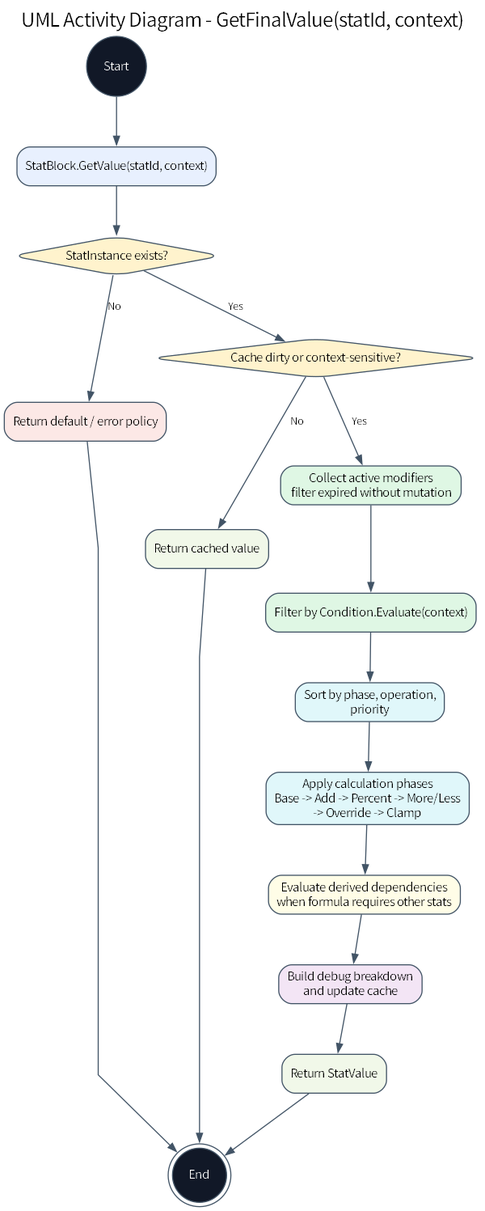
JY-LemongO/game-system-framework-knowledge-site keeps this Graphviz diagram as assets/diagrams/04_calculation_activity_diagram.png. Above is the earlier version. Its source is kept beside it as source/diagrams/04_calculation_activity_diagram.dot.
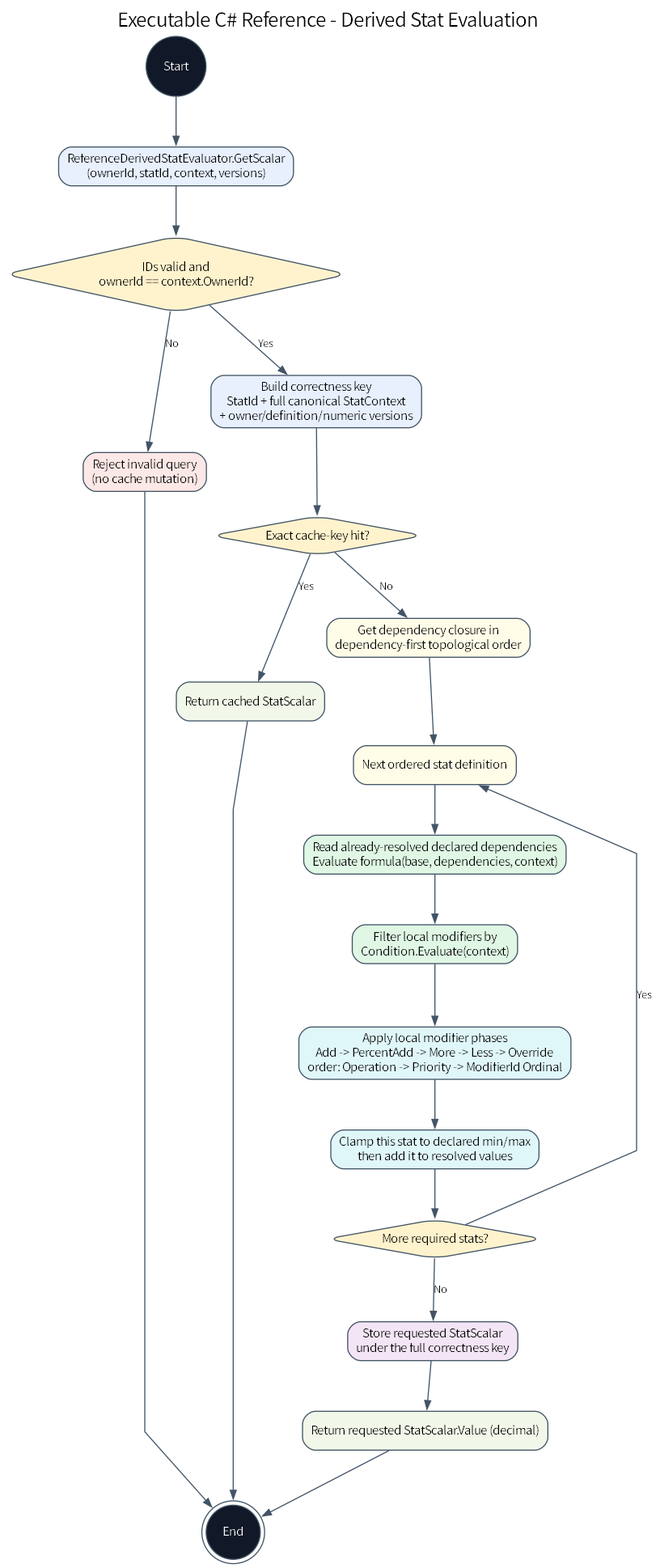
After the commit.

The edit, as a diff of the source:
```diff
@@ -1,39 +1,41 @@
 digraph ActivityDiagram {
-	graph [bgcolor=white fontname="Noto Sans KR" fontsize=18 label="UML Activity Diagram - GetFinalValue(statId, context)" labelloc=t nodesep=0.55 rankdir=TB ranksep=0.62 splines=polyline]
+	graph [bgcolor=white fontname="Noto Sans KR" fontsize=18 label="Executable C# Reference - Derived Stat Evaluation" labelloc=t nodesep=0.55 rankdir=TB ranksep=0.62 splines=polyline]
 	node [color="#425466" fontname="Noto Sans KR" fontsize=11 style="rounded,filled"]
 	edge [arrowsize=0.8 color="#425466" fontname="Noto Sans KR" fontsize=10]
 	start [label=Start fillcolor="#111827" fontcolor=white shape=circle width=0.35]
-	query [label="StatBlock.GetValue(statId, context)" fillcolor="#E8F0FE" shape=box]
-	exists [label="StatInstance exists?" fillcolor="#FFF3CD" shape=diamond]
-	default [label="Return default / error policy" fillcolor="#FCE8E6" shape=box]
-	dirty [label="Cache dirty or context-sensitive?" fillcolor="#FFF3CD" shape=diamond]
-	cache [label="Return cached value" fillcolor="#F1F8E9" shape=box]
-	collect [label="Collect active modifiers
- filter expired without mutation" fillcolor="#DFF7E4" shape=box]
-	filter [label="Filter by Condition.Evaluate(context)" fillcolor="#DFF7E4" shape=box]
-	sort [label="Sort by phase, operation,\npriority" fillcolor="#E0F7FA" shape=box]
-	apply [label="Apply calculation phases
-Base -> Add -> Percent -> More/Less
--> Override -> Clamp" fillcolor="#E0F7FA" shape=box]
-	derived [label="Evaluate derived dependencies
-when formula requires other stats" fillcolor="#FFFDE7" shape=box]
-	breakdown [label="Build debug breakdown
-and update cache" fillcolor="#F3E5F5" shape=box]
-	return [label="Return StatValue" fillcolor="#F1F8E9" shape=box]
+	query [label="ReferenceDerivedStatEvaluator.GetScalar\n(ownerId, statId, context, versions)" fillcolor="#E8F0FE" shape=box]
+	valid [label="IDs valid and\nownerId == context.OwnerId?" fillcolor="#FFF3CD" shape=diamond]
+	reject [label="Reject invalid query\n(no cache mutation)" fillcolor="#FCE8E6" shape=box]
+	key [label="Build correctness key\nStatId + full canonical StatContext\n+ owner/definition/numeric versions" fillcolor="#E8F0FE" shape=box]
+	hit [label="Exact cache-key hit?" fillcolor="#FFF3CD" shape=diamond]
+	cache [label="Return cached StatScalar" fillcolor="#F1F8E9" shape=box]
+	order [label="Get dependency closure in\ndependency-first topological order" fillcolor="#FFFDE7" shape=box]
+	next [label="Next ordered stat definition" fillcolor="#FFFDE7" shape=box]
+	formula [label="Read already-resolved declared dependencies\nEvaluate formula(base, dependencies, context)" fillcolor="#DFF7E4" shape=box]
+	filter [label="Filter local modifiers by\nCondition.Evaluate(context)" fillcolor="#DFF7E4" shape=box]
+	apply [label="Apply local modifier phases\nAdd -> PercentAdd -> More -> Less -> Override\norder: Operation -> Priority -> ModifierId Ordinal" fillcolor="#E0F7FA" shape=box]
+	clamp [label="Clamp this stat to declared min/max\nthen add it to resolved values" fillcolor="#E0F7FA" shape=box]
+	more [label="More required stats?" fillcolor="#FFF3CD" shape=diamond]
+	store [label="Store requested StatScalar\nunder the full correctness key" fillcolor="#F3E5F5" shape=box]
+	return [label="Return requested StatScalar.Value (decimal)" fillcolor="#F1F8E9" shape=box]
 	end [label=End fillcolor="#111827" fontcolor=white shape=doublecircle width=0.35]
 	start -> query
-	query -> exists
-	exists -> default [label=No]
-	default -> end
-	exists -> dirty [label=Yes]
-	dirty -> cache [label=No]
+	query -> valid
+	valid -> reject [label=No]
+	reject -> end
+	valid -> key [label=Yes]
+	key -> hit
+	hit -> cache [label=Yes]
 	cache -> end
-	dirty -> collect [label=Yes]
-	collect -> filter
-	filter -> sort
-	sort -> apply
-	apply -> derived
-	derived -> breakdown
-	breakdown -> return
+	hit -> order [label=No]
+	order -> next
+	next -> formula
+	formula -> filter
+	filter -> apply
+	apply -> clamp
+	clamp -> more
+	more -> next [label=Yes]
+	more -> store [label=No]
+	store -> return
 	return -> end
 }
```
